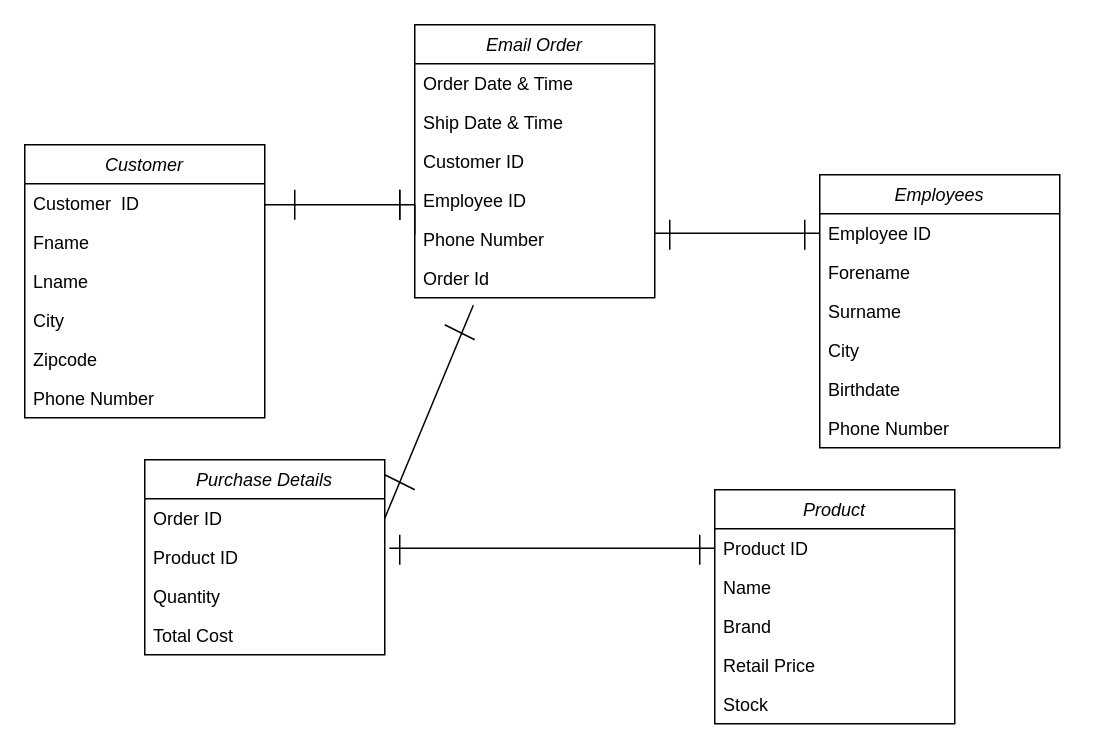
Earlier version of the draw.io diagram Untitled Diagram.drawio (tas00001/SQL). Source tidied: cells renumbered, new cells numbered last; positions are measured from the earlier drawing's top-left corner, leaving out a move shared by most shapes. Both pictures are drawn from the tidied source at 150%, with x=0, y=0 at pixel (24, 24).
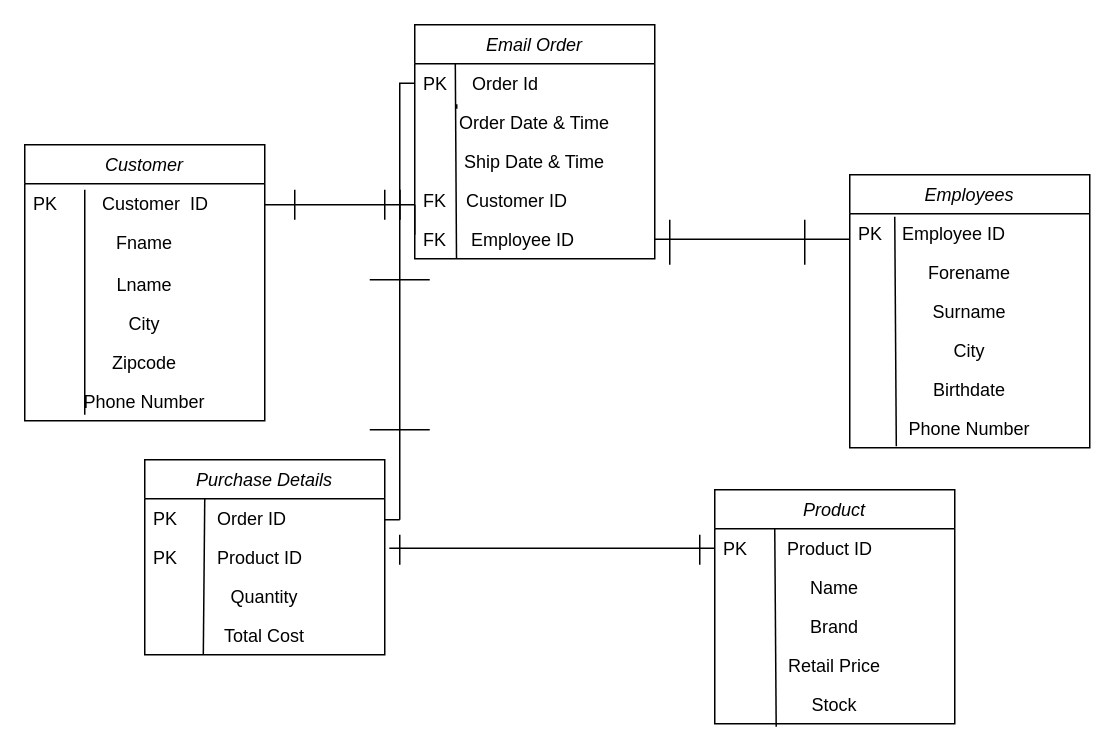
After the change.

Unchanged cells that the change refers to:
```xml
<mxCell id="23" value="Product" style="swimlane;fontStyle=2;align=center;verticalAlign=top;horizontal=1;startSize=26;rounded=0;shadow=0;strokeWidth=1;" parent="1" vertex="1">
  <mxGeometry x="460" y="310" width="160" height="156" as="geometry" />
</mxCell>
<mxCell id="29" value="Purchase Details" style="swimlane;fontStyle=2;align=center;verticalAlign=top;horizontal=1;startSize=26;rounded=0;shadow=0;strokeWidth=1;" parent="1" vertex="1">
  <mxGeometry x="80" y="290" width="160" height="130" as="geometry" />
</mxCell>
```

Diff of the diagram source:
```diff
@@
-    <mxCell id="2" value="Customer" style="swimlane;fontStyle=2;align=center;verticalAlign=top;horizontal=1;startSize=26;rounded=0;shadow=0;strokeWidth=1;" parent="1" vertex="1">
-      <mxGeometry y="80" width="160" height="182" as="geometry" />
+    <mxCell id="2" value="Customer" style="swimlane;fontStyle=2;align=center;verticalAlign=top;horizontal=1;startSize=26;rounded=0;shadow=0;strokeWidth=1;swimlaneLine=1;" parent="1" vertex="1">
+      <mxGeometry y="80" width="160" height="184" as="geometry" />
     </mxCell>
-    <mxCell id="3" value="Customer  ID" style="text;align=left;verticalAlign=top;spacingLeft=4;spacingRight=4;overflow=hidden;" parent="2" vertex="1">
+    <mxCell id="3" value="PK         Customer  ID" style="text;align=left;verticalAlign=top;spacingLeft=4;spacingRight=4;overflow=hidden;" parent="2" vertex="1">
       <mxGeometry y="26" width="160" height="26" as="geometry" />
     </mxCell>
+    <mxCell id="48" style="endArrow=none;html=1;rounded=0;" parent="2" edge="1">
+      <mxGeometry relative="1" as="geometry">
+        <mxPoint x="40" y="180" as="sourcePoint" />
+        <mxPoint x="40" y="30" as="targetPoint" />
+      </mxGeometry>
+    </mxCell>
-    <mxCell id="4" value="Fname" style="text;align=left;verticalAlign=top;spacingLeft=4;spacingRight=4;overflow=hidden;rounded=0;shadow=0;html=0;" parent="2" vertex="1">
-      <mxGeometry y="52" width="160" height="26" as="geometry" />
+    <mxCell id="4" value="Fname" style="text;align=center;verticalAlign=top;spacingLeft=4;spacingRight=4;overflow=hidden;rounded=0;shadow=0;html=0;" parent="2" vertex="1">
+      <mxGeometry y="52" width="160" height="28" as="geometry" />
     </mxCell>
-    <mxCell id="5" value="Lname" style="text;align=left;verticalAlign=top;spacingLeft=4;spacingRight=4;overflow=hidden;rounded=0;shadow=0;html=0;" parent="2" vertex="1">
-      <mxGeometry y="78" width="160" height="26" as="geometry" />
+    <mxCell id="5" value="Lname" style="text;align=center;verticalAlign=top;spacingLeft=4;spacingRight=4;overflow=hidden;rounded=0;shadow=0;html=0;" parent="2" vertex="1">
+      <mxGeometry y="80" width="160" height="26" as="geometry" />
     </mxCell>
-    <mxCell id="6" value="City" style="text;align=left;verticalAlign=top;spacingLeft=4;spacingRight=4;overflow=hidden;rounded=0;shadow=0;html=0;" parent="2" vertex="1">
-      <mxGeometry y="104" width="160" height="26" as="geometry" />
+    <mxCell id="6" value="City" style="text;align=center;verticalAlign=top;spacingLeft=4;spacingRight=4;overflow=hidden;rounded=0;shadow=0;html=0;" parent="2" vertex="1">
+      <mxGeometry y="106" width="160" height="26" as="geometry" />
     </mxCell>
-    <mxCell id="7" value="Zipcode" style="text;align=left;verticalAlign=top;spacingLeft=4;spacingRight=4;overflow=hidden;" parent="2" vertex="1">
-      <mxGeometry y="130" width="160" height="26" as="geometry" />
+    <mxCell id="7" value="Zipcode" style="text;align=center;verticalAlign=top;spacingLeft=4;spacingRight=4;overflow=hidden;" parent="2" vertex="1">
+      <mxGeometry y="132" width="160" height="26" as="geometry" />
     </mxCell>
-    <mxCell id="8" value="Phone Number" style="text;align=left;verticalAlign=top;spacingLeft=4;spacingRight=4;overflow=hidden;rounded=0;shadow=0;html=0;" parent="2" vertex="1">
-      <mxGeometry y="156" width="160" height="26" as="geometry" />
+    <mxCell id="8" value="Phone Number" style="text;align=center;verticalAlign=top;spacingLeft=4;spacingRight=4;overflow=hidden;rounded=0;shadow=0;html=0;" parent="2" vertex="1">
+      <mxGeometry y="158" width="160" height="26" as="geometry" />
     </mxCell>
     <mxCell id="9" value="Email Order" style="swimlane;fontStyle=2;align=center;verticalAlign=top;horizontal=1;startSize=26;rounded=0;shadow=0;strokeWidth=1;" parent="1" vertex="1">
-      <mxGeometry x="260" width="160" height="182" as="geometry" />
+      <mxGeometry x="260" width="160" height="156" as="geometry" />
     </mxCell>
+    <mxCell id="49" style="endArrow=none;html=1;rounded=0;exitX=0.175;exitY=1.038;exitDx=0;exitDy=0;exitPerimeter=0;entryX=0.175;entryY=0.154;entryDx=0;entryDy=0;entryPerimeter=0;" parent="9" edge="1" source="15" target="10">
+      <mxGeometry relative="1" as="geometry" />
+    </mxCell>
+    <mxCell id="50" style="endArrow=none;html=1;rounded=0;exitX=0.174;exitY=1.006;exitDx=0;exitDy=0;exitPerimeter=0;entryX=0.169;entryY=0.006;entryDx=0;entryDy=0;entryPerimeter=0;" parent="9" edge="1" source="13" target="15">
+      <mxGeometry relative="1" as="geometry" />
+    </mxCell>
+    <mxCell id="15" value="PK     Order Id" style="text;align=left;verticalAlign=top;spacingLeft=4;spacingRight=4;overflow=hidden;points=[[0,0.5],[1,0.5]];portConstraint=eastwest;" parent="9" vertex="1">
+      <mxGeometry y="26" width="160" height="26" as="geometry" />
+    </mxCell>
-    <mxCell id="10" value="Order Date &amp; Time" style="text;align=left;verticalAlign=top;spacingLeft=4;spacingRight=4;overflow=hidden;points=[[0,0.5],[1,0.5]];portConstraint=eastwest;rounded=0;shadow=0;html=0;" parent="9" vertex="1">
-      <mxGeometry y="26" width="160" height="26" as="geometry" />
+    <mxCell id="10" value="Order Date &amp; Time" style="text;align=center;verticalAlign=top;spacingLeft=4;spacingRight=4;overflow=hidden;points=[[0,0.5],[1,0.5]];portConstraint=eastwest;rounded=0;shadow=0;html=0;" parent="9" vertex="1">
+      <mxGeometry y="52" width="160" height="26" as="geometry" />
     </mxCell>
-    <mxCell id="11" value="Ship Date &amp; Time" style="text;align=left;verticalAlign=top;spacingLeft=4;spacingRight=4;overflow=hidden;rounded=0;shadow=0;html=0;" parent="9" vertex="1">
-      <mxGeometry y="52" width="160" height="26" as="geometry" />
+    <mxCell id="11" value="Ship Date &amp; Time" style="text;align=center;verticalAlign=top;spacingLeft=4;spacingRight=4;overflow=hidden;rounded=0;shadow=0;html=0;" parent="9" vertex="1">
+      <mxGeometry y="78" width="160" height="26" as="geometry" />
     </mxCell>
-    <mxCell id="12" value="Customer ID" style="text;align=left;verticalAlign=top;spacingLeft=4;spacingRight=4;overflow=hidden;rounded=0;shadow=0;html=0;" parent="9" vertex="1">
-      <mxGeometry y="78" width="160" height="26" as="geometry" />
+    <mxCell id="12" value="FK    Customer ID" style="text;align=left;verticalAlign=top;spacingLeft=4;spacingRight=4;overflow=hidden;rounded=0;shadow=0;html=0;" parent="9" vertex="1">
+      <mxGeometry y="104" width="160" height="26" as="geometry" />
     </mxCell>
-    <mxCell id="13" value="Employee ID" style="text;align=left;verticalAlign=top;spacingLeft=4;spacingRight=4;overflow=hidden;points=[[0,0.5],[1,0.5]];portConstraint=eastwest;" parent="9" vertex="1">
-      <mxGeometry y="104" width="160" height="26" as="geometry" />
+    <mxCell id="13" value="FK     Employee ID" style="text;align=left;verticalAlign=top;spacingLeft=4;spacingRight=4;overflow=hidden;points=[[0,0.5],[1,0.5]];portConstraint=eastwest;" parent="9" vertex="1">
+      <mxGeometry y="130" width="160" height="26" as="geometry" />
     </mxCell>
-    <mxCell id="14" value="Phone Number" style="text;align=left;verticalAlign=top;spacingLeft=4;spacingRight=4;overflow=hidden;rounded=0;shadow=0;html=0;" parent="9" vertex="1">
-      <mxGeometry y="130" width="160" height="26" as="geometry" />
-    </mxCell>
-    <mxCell id="15" value="Order Id" style="text;align=left;verticalAlign=top;spacingLeft=4;spacingRight=4;overflow=hidden;points=[[0,0.5],[1,0.5]];portConstraint=eastwest;" parent="9" vertex="1">
-      <mxGeometry y="156" width="160" height="26" as="geometry" />
-    </mxCell>
     <mxCell id="16" value="Employees" style="swimlane;fontStyle=2;align=center;verticalAlign=top;horizontal=1;startSize=26;rounded=0;shadow=0;strokeWidth=1;" parent="1" vertex="1">
-      <mxGeometry x="530" y="100" width="160" height="182" as="geometry" />
+      <mxGeometry x="550" y="100" width="160" height="182" as="geometry" />
     </mxCell>
-    <mxCell id="17" value="Employee ID" style="text;align=left;verticalAlign=top;spacingLeft=4;spacingRight=4;overflow=hidden;points=[[0,0.5],[1,0.5]];portConstraint=eastwest;" parent="16" vertex="1">
+    <mxCell id="17" value="PK    Employee ID" style="text;align=left;verticalAlign=top;spacingLeft=4;spacingRight=4;overflow=hidden;points=[[0,0.5],[1,0.5]];portConstraint=eastwest;" parent="16" vertex="1">
       <mxGeometry y="26" width="160" height="26" as="geometry" />
     </mxCell>
+    <mxCell id="51" style="endArrow=none;html=1;rounded=0;exitX=0.194;exitY=0.962;exitDx=0;exitDy=0;exitPerimeter=0;" parent="16" edge="1" source="22">
+      <mxGeometry relative="1" as="geometry">
+        <mxPoint x="30" y="28" as="targetPoint" />
+      </mxGeometry>
+    </mxCell>
-    <mxCell id="18" value="Forename" style="text;align=left;verticalAlign=top;spacingLeft=4;spacingRight=4;overflow=hidden;rounded=0;shadow=0;html=0;" parent="16" vertex="1">
+    <mxCell id="18" value="Forename" style="text;align=center;verticalAlign=top;spacingLeft=4;spacingRight=4;overflow=hidden;rounded=0;shadow=0;html=0;" parent="16" vertex="1">
       <mxGeometry y="52" width="160" height="26" as="geometry" />
     </mxCell>
-    <mxCell id="19" value="Surname" style="text;align=left;verticalAlign=top;spacingLeft=4;spacingRight=4;overflow=hidden;rounded=0;shadow=0;html=0;" parent="16" vertex="1">
+    <mxCell id="19" value="Surname" style="text;align=center;verticalAlign=top;spacingLeft=4;spacingRight=4;overflow=hidden;rounded=0;shadow=0;html=0;" parent="16" vertex="1">
       <mxGeometry y="78" width="160" height="26" as="geometry" />
     </mxCell>
-    <mxCell id="20" value="City" style="text;align=left;verticalAlign=top;spacingLeft=4;spacingRight=4;overflow=hidden;rounded=0;shadow=0;html=0;" parent="16" vertex="1">
+    <mxCell id="20" value="City" style="text;align=center;verticalAlign=top;spacingLeft=4;spacingRight=4;overflow=hidden;rounded=0;shadow=0;html=0;" parent="16" vertex="1">
       <mxGeometry y="104" width="160" height="26" as="geometry" />
     </mxCell>
-    <mxCell id="21" value="Birthdate" style="text;align=left;verticalAlign=top;spacingLeft=4;spacingRight=4;overflow=hidden;" parent="16" vertex="1">
+    <mxCell id="21" value="Birthdate" style="text;align=center;verticalAlign=top;spacingLeft=4;spacingRight=4;overflow=hidden;" parent="16" vertex="1">
       <mxGeometry y="130" width="160" height="26" as="geometry" />
     </mxCell>
-    <mxCell id="22" value="Phone Number" style="text;align=left;verticalAlign=top;spacingLeft=4;spacingRight=4;overflow=hidden;points=[[0,0.5],[1,0.5]];portConstraint=eastwest;rounded=0;shadow=0;html=0;" parent="16" vertex="1">
+    <mxCell id="22" value="Phone Number" style="text;align=center;verticalAlign=top;spacingLeft=4;spacingRight=4;overflow=hidden;points=[[0,0.5],[1,0.5]];portConstraint=eastwest;rounded=0;shadow=0;html=0;" parent="16" vertex="1">
       <mxGeometry y="156" width="160" height="26" as="geometry" />
     </mxCell>
@@
-    <mxCell id="24" value="Product ID" style="text;align=left;verticalAlign=top;spacingLeft=4;spacingRight=4;overflow=hidden;points=[[0,0.5],[1,0.5]];portConstraint=eastwest;" parent="23" vertex="1">
+    <mxCell id="24" value="PK        Product ID" style="text;align=left;verticalAlign=top;spacingLeft=4;spacingRight=4;overflow=hidden;points=[[0,0.5],[1,0.5]];portConstraint=eastwest;" parent="23" vertex="1">
       <mxGeometry y="26" width="160" height="26" as="geometry" />
     </mxCell>
+    <mxCell id="52" style="endArrow=none;html=1;rounded=0;exitX=0.256;exitY=1.077;exitDx=0;exitDy=0;exitPerimeter=0;" parent="23" edge="1" source="28">
+      <mxGeometry relative="1" as="geometry">
+        <mxPoint x="40" y="26" as="targetPoint" />
+      </mxGeometry>
+    </mxCell>
-    <mxCell id="25" value="Name" style="text;align=left;verticalAlign=top;spacingLeft=4;spacingRight=4;overflow=hidden;rounded=0;shadow=0;html=0;" parent="23" vertex="1">
+    <mxCell id="25" value="Name" style="text;align=center;verticalAlign=top;spacingLeft=4;spacingRight=4;overflow=hidden;rounded=0;shadow=0;html=0;" parent="23" vertex="1">
       <mxGeometry y="52" width="160" height="26" as="geometry" />
     </mxCell>
-    <mxCell id="26" value="Brand" style="text;align=left;verticalAlign=top;spacingLeft=4;spacingRight=4;overflow=hidden;rounded=0;shadow=0;html=0;" parent="23" vertex="1">
+    <mxCell id="26" value="Brand" style="text;align=center;verticalAlign=top;spacingLeft=4;spacingRight=4;overflow=hidden;rounded=0;shadow=0;html=0;" parent="23" vertex="1">
       <mxGeometry y="78" width="160" height="26" as="geometry" />
     </mxCell>
-    <mxCell id="27" value="Retail Price" style="text;align=left;verticalAlign=top;spacingLeft=4;spacingRight=4;overflow=hidden;rounded=0;shadow=0;html=0;" parent="23" vertex="1">
+    <mxCell id="27" value="Retail Price" style="text;align=center;verticalAlign=top;spacingLeft=4;spacingRight=4;overflow=hidden;rounded=0;shadow=0;html=0;" parent="23" vertex="1">
       <mxGeometry y="104" width="160" height="26" as="geometry" />
     </mxCell>
-    <mxCell id="28" value="Stock" style="text;align=left;verticalAlign=top;spacingLeft=4;spacingRight=4;overflow=hidden;points=[[0,0.5],[1,0.5]];portConstraint=eastwest;" parent="23" vertex="1">
+    <mxCell id="28" value="Stock" style="text;align=center;verticalAlign=top;spacingLeft=4;spacingRight=4;overflow=hidden;points=[[0,0.5],[1,0.5]];portConstraint=eastwest;" parent="23" vertex="1">
       <mxGeometry y="130" width="160" height="26" as="geometry" />
     </mxCell>
@@
+    <mxCell id="53" style="endArrow=none;html=1;rounded=0;exitX=0.244;exitY=1;exitDx=0;exitDy=0;exitPerimeter=0;" parent="29" edge="1" source="33">
+      <mxGeometry relative="1" as="geometry">
+        <mxPoint x="40" y="26" as="targetPoint" />
+      </mxGeometry>
+    </mxCell>
-    <mxCell id="30" value="Order ID" style="text;align=left;verticalAlign=top;spacingLeft=4;spacingRight=4;overflow=hidden;points=[[0,0.5],[1,0.5]];portConstraint=eastwest;" parent="29" vertex="1">
+    <mxCell id="30" value="PK        Order ID" style="text;align=left;verticalAlign=top;spacingLeft=4;spacingRight=4;overflow=hidden;points=[[0,0.5],[1,0.5]];portConstraint=eastwest;" parent="29" vertex="1">
       <mxGeometry y="26" width="160" height="26" as="geometry" />
     </mxCell>
-    <mxCell id="31" value="Product ID" style="text;align=left;verticalAlign=top;spacingLeft=4;spacingRight=4;overflow=hidden;points=[[0,0.5],[1,0.5]];portConstraint=eastwest;rounded=0;shadow=0;html=0;" parent="29" vertex="1">
+    <mxCell id="31" value="PK        Product ID" style="text;align=left;verticalAlign=top;spacingLeft=4;spacingRight=4;overflow=hidden;points=[[0,0.5],[1,0.5]];portConstraint=eastwest;rounded=0;shadow=0;html=0;" parent="29" vertex="1">
       <mxGeometry y="52" width="160" height="26" as="geometry" />
     </mxCell>
-    <mxCell id="32" value="Quantity" style="text;align=left;verticalAlign=top;spacingLeft=4;spacingRight=4;overflow=hidden;rounded=0;shadow=0;html=0;" parent="29" vertex="1">
+    <mxCell id="32" value="Quantity" style="text;align=center;verticalAlign=top;spacingLeft=4;spacingRight=4;overflow=hidden;rounded=0;shadow=0;html=0;" parent="29" vertex="1">
       <mxGeometry y="78" width="160" height="26" as="geometry" />
     </mxCell>
-    <mxCell id="33" value="Total Cost" style="text;align=left;verticalAlign=top;spacingLeft=4;spacingRight=4;overflow=hidden;points=[[0,0.5],[1,0.5]];portConstraint=eastwest;rounded=0;shadow=0;html=0;" parent="29" vertex="1">
+    <mxCell id="33" value="Total Cost" style="text;align=center;verticalAlign=top;spacingLeft=4;spacingRight=4;overflow=hidden;points=[[0,0.5],[1,0.5]];portConstraint=eastwest;rounded=0;shadow=0;html=0;" parent="29" vertex="1">
       <mxGeometry y="104" width="160" height="26" as="geometry" />
     </mxCell>
@@
-    <mxCell id="35" style="endArrow=none;html=1;rounded=0;entryX=0;entryY=0.5;entryDx=0;entryDy=0;" parent="1" edge="1" target="17">
+    <mxCell id="35" style="endArrow=none;html=1;rounded=0;exitX=1;exitY=0.5;exitDx=0;exitDy=0;" parent="1" edge="1" source="13">
       <mxGeometry relative="1" as="geometry">
-        <mxPoint x="420" y="139" as="sourcePoint" />
+        <mxPoint x="550" y="143" as="targetPoint" />
       </mxGeometry>
     </mxCell>
-    <mxCell id="36" style="endArrow=none;html=1;rounded=0;entryX=0.244;entryY=1.192;entryDx=0;entryDy=0;entryPerimeter=0;exitX=1;exitY=0.5;exitDx=0;exitDy=0;" parent="1" edge="1" source="30" target="15">
-      <mxGeometry relative="1" as="geometry" />
-    </mxCell>
@@
     <mxCell id="42" style="endArrow=none;html=1;rounded=0;" parent="1" edge="1">
       <mxGeometry relative="1" as="geometry">
-        <mxPoint x="430" y="150" as="sourcePoint" />
+        <mxPoint x="430" y="160" as="sourcePoint" />
         <mxPoint x="430" y="130" as="targetPoint" />
       </mxGeometry>
     </mxCell>
     <mxCell id="43" style="endArrow=none;html=1;rounded=0;" parent="1" edge="1">
       <mxGeometry relative="1" as="geometry">
-        <mxPoint x="520" y="150" as="sourcePoint" />
+        <mxPoint x="520" y="160" as="sourcePoint" />
         <mxPoint x="520" y="130" as="targetPoint" />
       </mxGeometry>
     </mxCell>
-    <mxCell id="44" style="endArrow=none;html=1;rounded=0;" parent="1" edge="1">
-      <mxGeometry relative="1" as="geometry">
-        <mxPoint x="300" y="210" as="sourcePoint" />
-        <mxPoint x="280" y="200" as="targetPoint" />
-      </mxGeometry>
-    </mxCell>
@@
-    <mxCell id="47" style="endArrow=none;html=1;rounded=0;entryX=1;entryY=0.077;entryDx=0;entryDy=0;entryPerimeter=0;" parent="1" edge="1" target="29">
-      <mxGeometry relative="1" as="geometry">
-        <mxPoint x="260" y="310" as="sourcePoint" />
-      </mxGeometry>
-    </mxCell>
+    <mxCell id="54" style="endArrow=none;html=1;rounded=0;entryX=0;entryY=0.5;entryDx=0;entryDy=0;" parent="1" edge="1" target="15">
+      <mxGeometry relative="1" as="geometry">
+        <mxPoint x="250" y="330" as="sourcePoint" />
+        <Array as="points">
+          <mxPoint x="250" y="39" />
+        </Array>
+      </mxGeometry>
+    </mxCell>
+    <mxCell id="55" style="endArrow=none;html=1;rounded=0;" parent="1" edge="1">
+      <mxGeometry relative="1" as="geometry">
+        <mxPoint x="250" y="330" as="sourcePoint" />
+        <mxPoint x="240" y="330" as="targetPoint" />
+        <Array as="points">
+          <mxPoint x="240" y="330" />
+        </Array>
+      </mxGeometry>
+    </mxCell>
+    <mxCell id="56" style="endArrow=none;html=1;rounded=0;" parent="1" edge="1">
+      <mxGeometry relative="1" as="geometry">
+        <mxPoint x="240" y="130" as="sourcePoint" />
+        <mxPoint x="240" y="110" as="targetPoint" />
+      </mxGeometry>
+    </mxCell>
+    <mxCell id="57" style="endArrow=none;html=1;rounded=0;" parent="1" edge="1">
+      <mxGeometry relative="1" as="geometry">
+        <mxPoint x="270" y="270" as="sourcePoint" />
+        <mxPoint x="230" y="270" as="targetPoint" />
+      </mxGeometry>
+    </mxCell>
+    <mxCell id="58" style="endArrow=none;html=1;rounded=0;" parent="1" edge="1">
+      <mxGeometry relative="1" as="geometry">
+        <mxPoint x="270" y="170" as="sourcePoint" />
+        <mxPoint x="230" y="170" as="targetPoint" />
+      </mxGeometry>
+    </mxCell>
```
